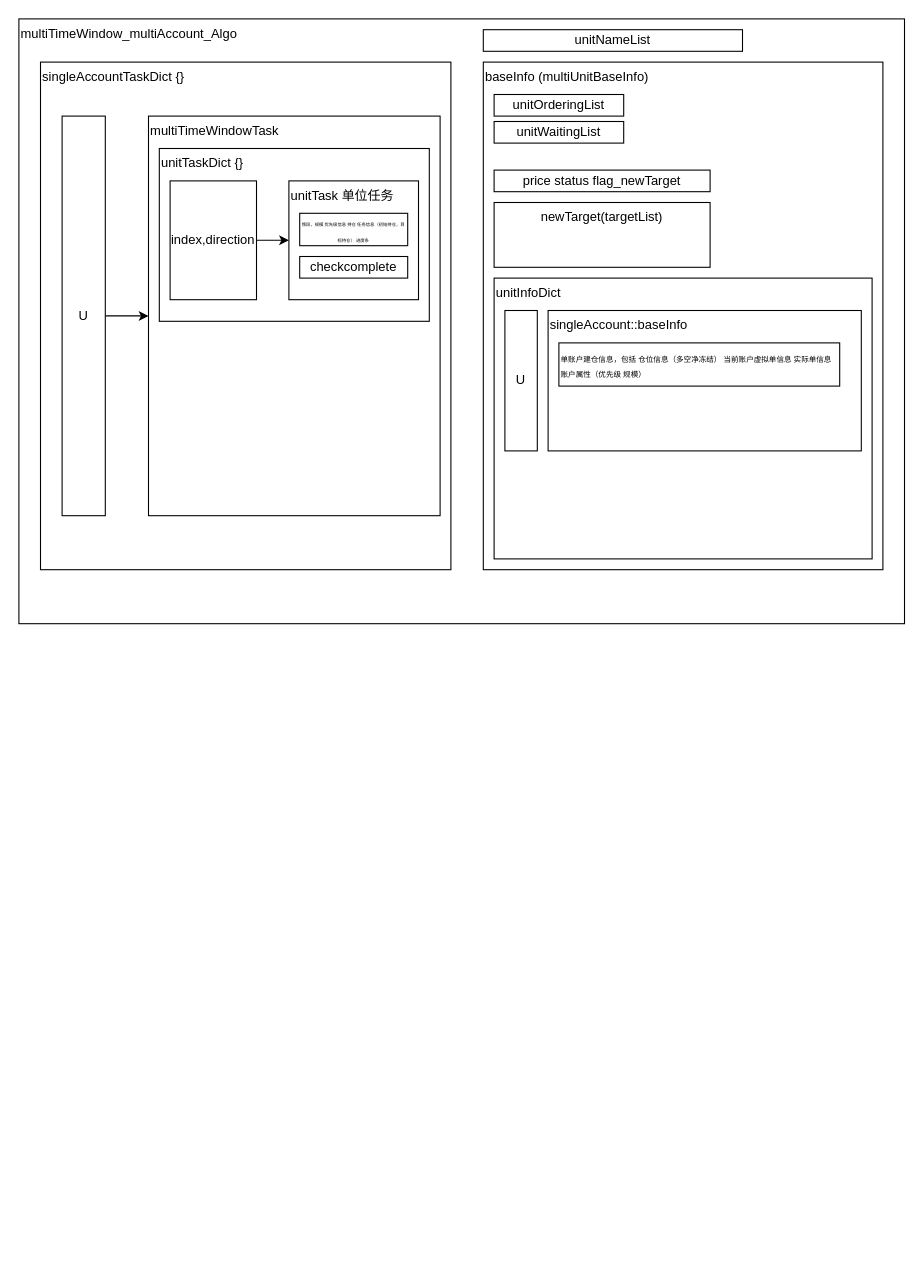
zhaxd123/drawio keeps this draw.io diagram as page "第 6 页" (6 of 7) of capellatrade-py.drawio. Above is the earlier version. Source tidied: cells renumbered, new cells numbered last; positions are measured from the earlier drawing's top-left corner, leaving out a move shared by most shapes. Both pictures are drawn from the tidied source at 108%, with x=0, y=0 at pixel (18, 18).
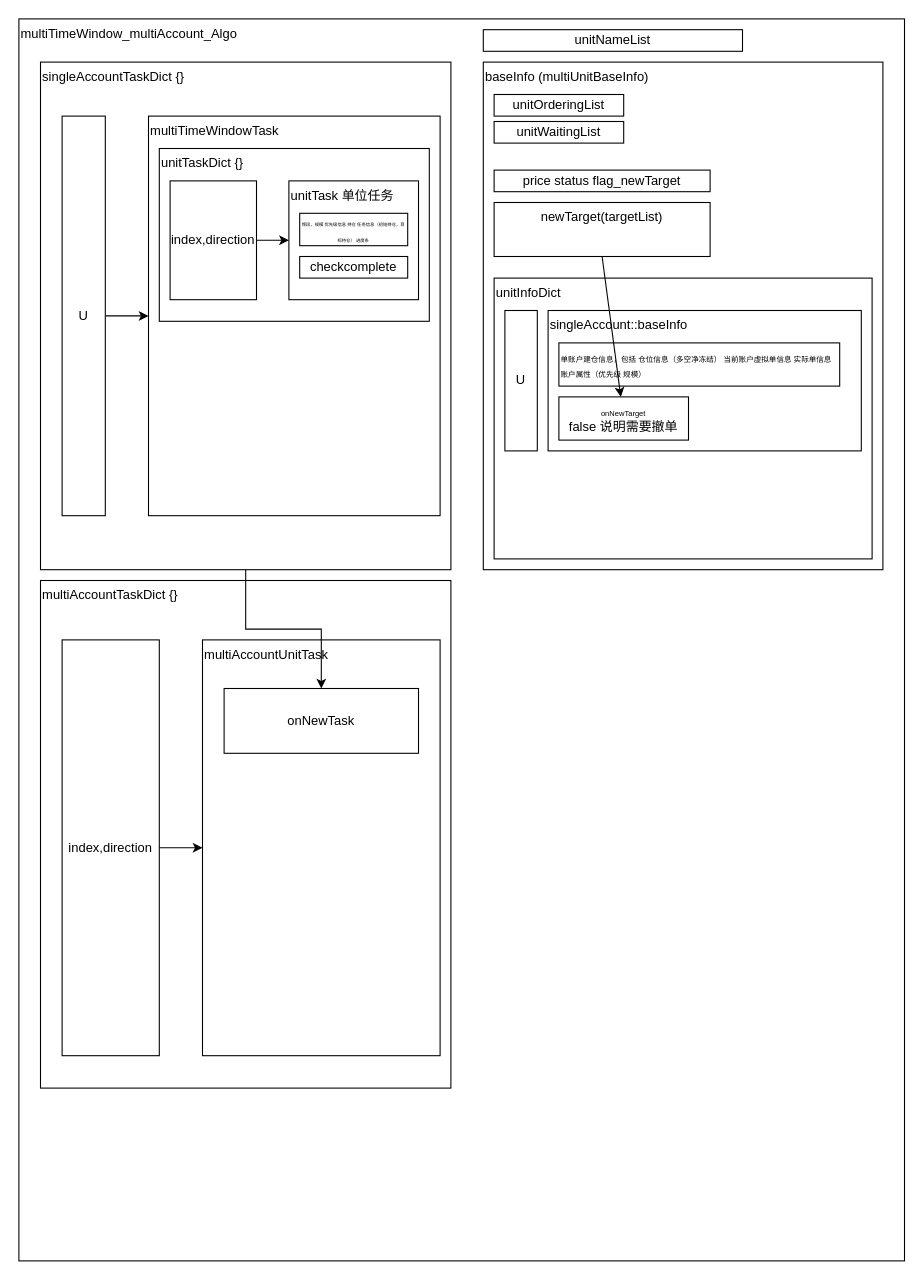
The same page after the edit.

Unchanged cells that the change refers to:
```xml
<mxCell id="3" value="singleAccountTaskDict {}" style="rounded=0;whiteSpace=wrap;html=1;verticalAlign=top;align=left;" parent="1" vertex="1">
  <mxGeometry x="20" y="40" width="380" height="470" as="geometry" />
</mxCell>
```

The edit, as a diff of the source:
```diff
@@
     <mxCell id="2" value="multiTimeWindow_multiAccount_Algo" style="rounded=0;whiteSpace=wrap;html=1;verticalAlign=top;align=left;" parent="1" vertex="1">
-      <mxGeometry width="820" height="560" as="geometry" />
+      <mxGeometry width="820" height="1150" as="geometry" />
     </mxCell>
@@
     <mxCell id="17" value="newTarget(targetList)" style="rounded=0;whiteSpace=wrap;html=1;verticalAlign=top;align=center;" parent="1" vertex="1">
-      <mxGeometry x="440" y="170" width="200" height="60" as="geometry" />
+      <mxGeometry x="440" y="170" width="200" height="50" as="geometry" />
     </mxCell>
@@
+    <mxCell id="23" value="multiAccountTaskDict {}" style="rounded=0;whiteSpace=wrap;html=1;verticalAlign=top;align=left;" parent="1" vertex="1">
+      <mxGeometry x="20" y="520" width="380" height="470" as="geometry" />
+    </mxCell>
+    <mxCell id="24" value="&lt;font style=&quot;font-size: 7px;&quot;&gt;onNewTarget&lt;/font&gt;&lt;div&gt;false 说明需要撤单&lt;/div&gt;" style="rounded=0;whiteSpace=wrap;html=1;verticalAlign=top;" parent="1" vertex="1">
+      <mxGeometry x="500" y="350" width="120" height="40" as="geometry" />
+    </mxCell>
+    <mxCell id="25" style="rounded=0;jettySize=auto;html=1;exitX=0.5;exitY=1;exitDx=0;exitDy=0;defaultLabelBackgroundColor=page;" parent="1" edge="1" source="17" target="24">
+      <mxGeometry relative="1" as="geometry" />
+    </mxCell>
+    <mxCell id="26" style="edgeStyle=orthogonalEdgeStyle;rounded=0;jettySize=auto;html=1;exitX=1;exitY=0.5;exitDx=0;exitDy=0;defaultLabelBackgroundColor=page;" parent="1" edge="1" source="27" target="28">
+      <mxGeometry relative="1" as="geometry" />
+    </mxCell>
+    <mxCell id="27" value="index,direction" style="rounded=0;whiteSpace=wrap;html=1;" parent="1" vertex="1">
+      <mxGeometry x="40" y="575" width="90" height="385" as="geometry" />
+    </mxCell>
+    <mxCell id="28" value="multiAccountUnitTask" style="rounded=0;whiteSpace=wrap;html=1;verticalAlign=top;align=left;" parent="1" vertex="1">
+      <mxGeometry x="170" y="575" width="220" height="385" as="geometry" />
+    </mxCell>
+    <mxCell id="29" value="onNewTask" style="rounded=0;whiteSpace=wrap;html=1;" parent="1" vertex="1">
+      <mxGeometry x="190" y="620" width="180" height="60" as="geometry" />
+    </mxCell>
+    <mxCell id="30" style="edgeStyle=orthogonalEdgeStyle;rounded=0;jettySize=auto;html=1;exitX=0.5;exitY=1;exitDx=0;exitDy=0;defaultLabelBackgroundColor=page;" parent="1" edge="1" source="3" target="29">
+      <mxGeometry relative="1" as="geometry" />
+    </mxCell>
```
